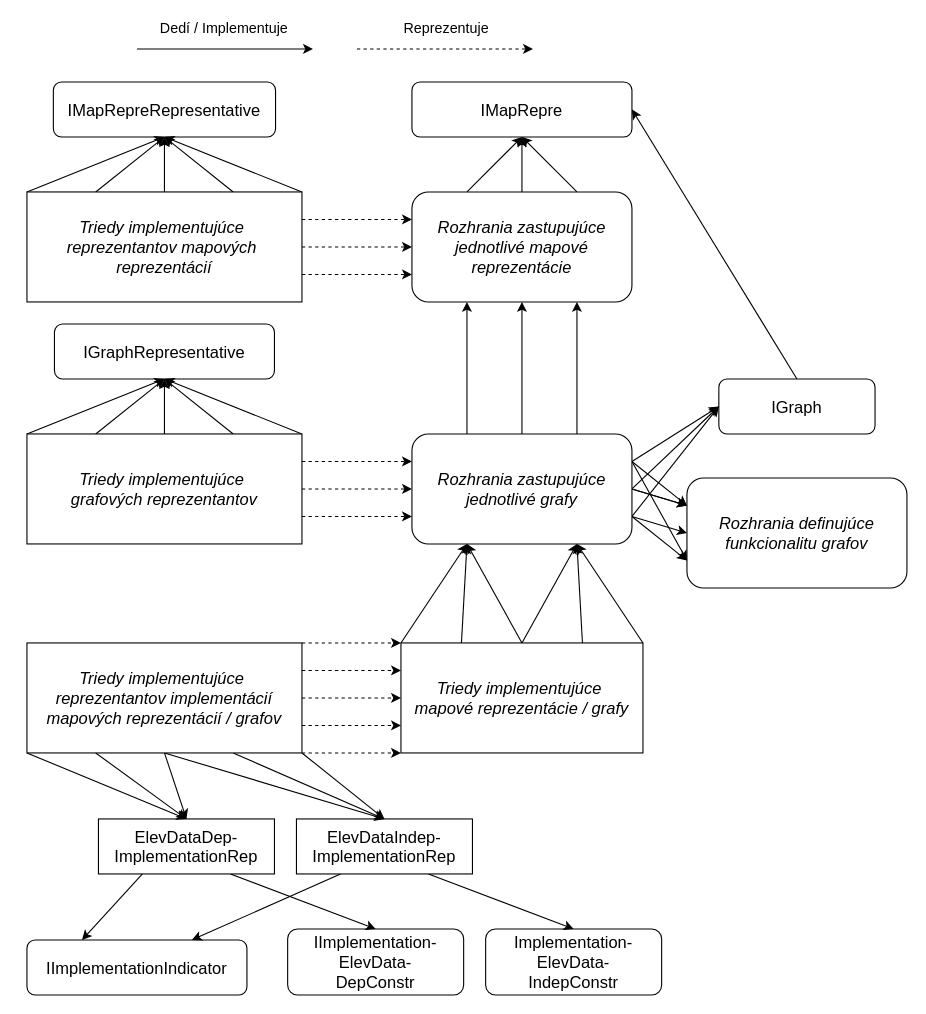
The draw.io diagram Text/grafy/mapove_reprezentacie_architektura.drawio in MrKukumber/Optepafi, before the edit. Source tidied: cells renumbered, new cells numbered last; positions are measured from the earlier drawing's top-left corner, leaving out a move shared by most shapes. Both pictures are drawn from the tidied source at 110%, with x=0, y=0 at pixel (26, 48).
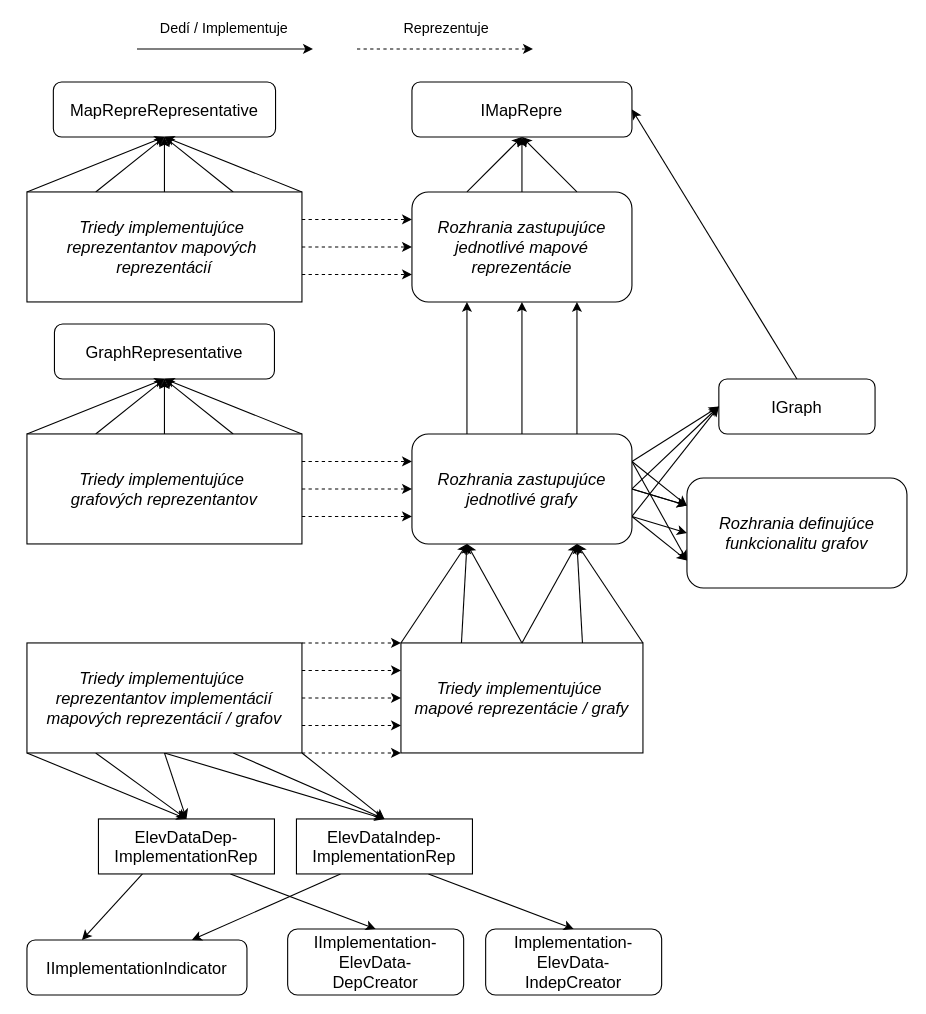
Above is the later version.

Change to the diagram source:
```diff
@@
-    <mxCell id="2" value="&lt;font style=&quot;font-size: 15px;&quot;&gt;IMapRepreRepresentative&lt;/font&gt;" style="rounded=1;whiteSpace=wrap;html=1;" parent="1" vertex="1">
+    <mxCell id="2" value="&lt;font style=&quot;font-size: 15px;&quot;&gt;MapRepreRepresentative&lt;/font&gt;" style="rounded=1;whiteSpace=wrap;html=1;" parent="1" vertex="1">
       <mxGeometry x="24" y="30" width="202" height="50" as="geometry" />
     </mxCell>
-    <mxCell id="3" value="&lt;font style=&quot;font-size: 15px;&quot;&gt;IGraphRepresentative&lt;/font&gt;" style="rounded=1;whiteSpace=wrap;html=1;" parent="1" vertex="1">
+    <mxCell id="3" value="&lt;font style=&quot;font-size: 15px;&quot;&gt;GraphRepresentative&lt;/font&gt;" style="rounded=1;whiteSpace=wrap;html=1;" parent="1" vertex="1">
       <mxGeometry x="25" y="250" width="200" height="50" as="geometry" />
     </mxCell>
@@
-    <mxCell id="20" value="&lt;font style=&quot;font-size: 15px;&quot;&gt;Implementation-&lt;/font&gt;&lt;div&gt;&lt;font style=&quot;font-size: 15px;&quot;&gt;ElevData-&lt;/font&gt;&lt;/div&gt;&lt;div&gt;&lt;font style=&quot;font-size: 15px;&quot;&gt;IndepConstr&lt;/font&gt;&lt;/div&gt;" style="rounded=1;whiteSpace=wrap;html=1;" parent="1" vertex="1">
+    <mxCell id="20" value="&lt;font style=&quot;font-size: 15px;&quot;&gt;Implementation-&lt;/font&gt;&lt;div&gt;&lt;font style=&quot;font-size: 15px;&quot;&gt;ElevData-&lt;/font&gt;&lt;/div&gt;&lt;div&gt;&lt;font style=&quot;font-size: 15px;&quot;&gt;IndepCreator&lt;/font&gt;&lt;/div&gt;" style="rounded=1;whiteSpace=wrap;html=1;" parent="1" vertex="1">
       <mxGeometry x="417" y="800" width="160" height="60" as="geometry" />
     </mxCell>
@@
-    <mxCell id="22" value="&lt;font style=&quot;font-size: 15px;&quot;&gt;IImplementation-&lt;/font&gt;&lt;div&gt;&lt;font style=&quot;font-size: 15px;&quot;&gt;ElevData-&lt;/font&gt;&lt;/div&gt;&lt;div&gt;&lt;font style=&quot;font-size: 15px;&quot;&gt;DepConstr&lt;/font&gt;&lt;/div&gt;" style="rounded=1;whiteSpace=wrap;html=1;" parent="1" vertex="1">
+    <mxCell id="22" value="&lt;font style=&quot;font-size: 15px;&quot;&gt;IImplementation-&lt;/font&gt;&lt;div&gt;&lt;font style=&quot;font-size: 15px;&quot;&gt;ElevData-&lt;/font&gt;&lt;/div&gt;&lt;div&gt;&lt;font style=&quot;font-size: 15px;&quot;&gt;DepCreator&lt;/font&gt;&lt;/div&gt;" style="rounded=1;whiteSpace=wrap;html=1;" parent="1" vertex="1">
       <mxGeometry x="237" y="800" width="160" height="60" as="geometry" />
     </mxCell>
```
